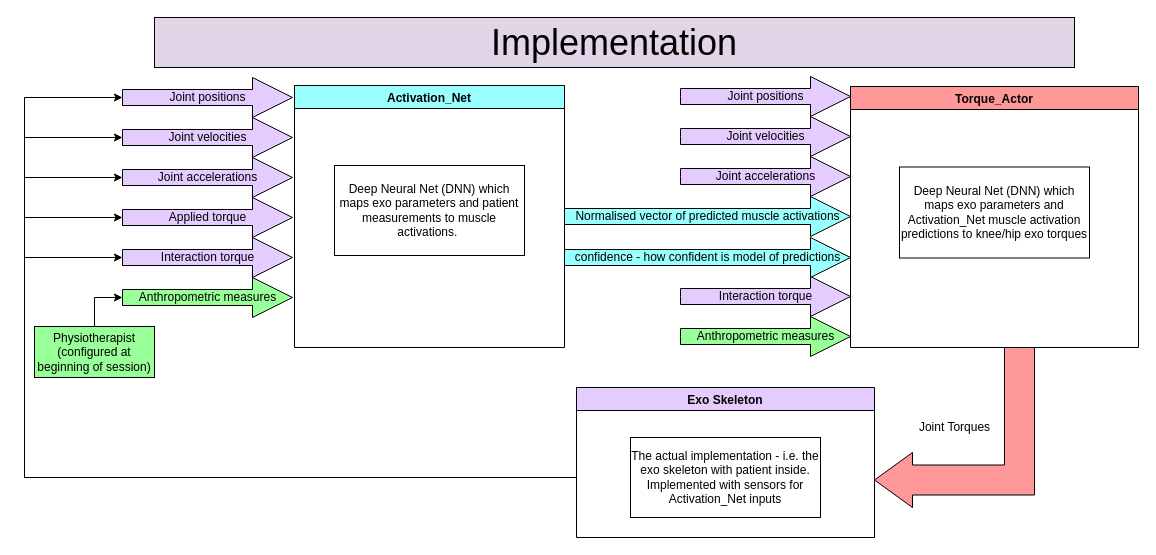
Before: Exo_Net.drawio in LeoCain/MASS_EXO, a draw.io diagram. Source tidied: cells renumbered, new cells numbered last; positions are measured from the earlier drawing's top-left corner, leaving out a move shared by most shapes. Both pictures are drawn from the tidied source at 100%, with x=0, y=0 at pixel (24, 17).
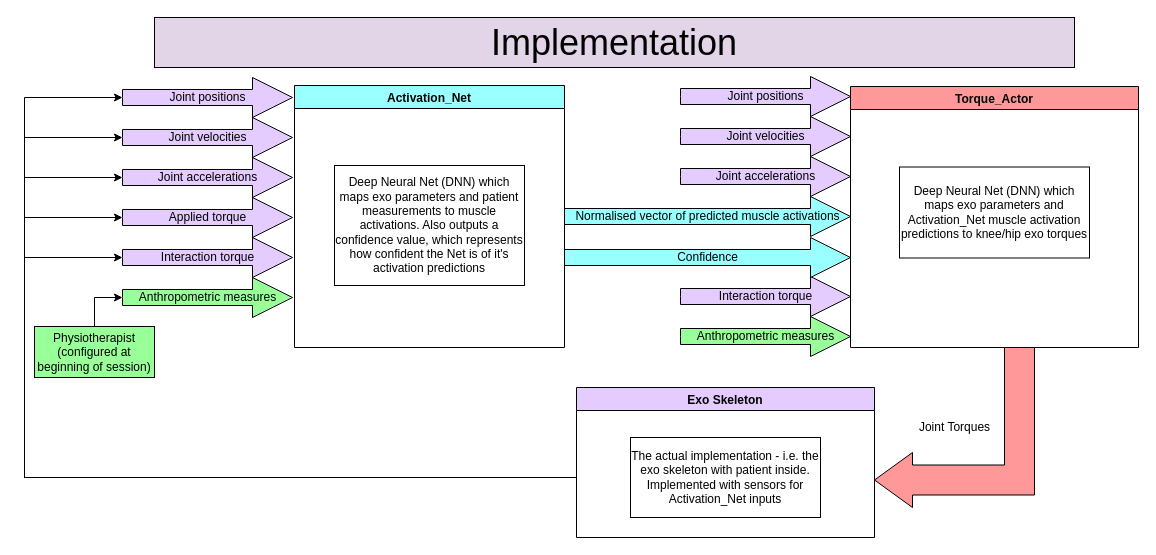
The same page after the edit.

Unchanged cells that the change refers to:
```xml
<mxCell id="23" value="Activation_Net" style="swimlane;startSize=23;fillColor=#99FFFF;" parent="1" vertex="1">
  <mxGeometry x="270" y="68" width="270" height="262" as="geometry" />
</mxCell>
```

Change to the diagram source:
```diff
@@
-    <mxCell id="24" value="Deep Neural Net (DNN) which maps exo parameters and patient measurements to muscle activations.&amp;nbsp;" style="rounded=0;whiteSpace=wrap;html=1;" parent="23" vertex="1">
-      <mxGeometry x="40" y="80" width="190" height="90" as="geometry" />
+    <mxCell id="24" value="Deep Neural Net (DNN) which maps exo parameters and patient measurements to muscle activations. Also outputs a confidence value, which represents how confident the Net is of it's activation predictions" style="rounded=0;whiteSpace=wrap;html=1;" parent="23" vertex="1">
+      <mxGeometry x="40" y="80" width="190" height="120" as="geometry" />
     </mxCell>
@@
-    <mxCell id="29" value="confidence - how confident is model of predictions" style="html=1;shadow=0;dashed=0;align=center;verticalAlign=middle;shape=mxgraph.arrows2.arrow;dy=0.6;dx=40;notch=0;fillColor=#99FFFF;" parent="1" vertex="1">
+    <mxCell id="29" value="Confidence" style="html=1;shadow=0;dashed=0;align=center;verticalAlign=middle;shape=mxgraph.arrows2.arrow;dy=0.6;dx=40;notch=0;fillColor=#99FFFF;" parent="1" vertex="1">
       <mxGeometry x="540" y="220" width="286" height="40" as="geometry" />
     </mxCell>
```
